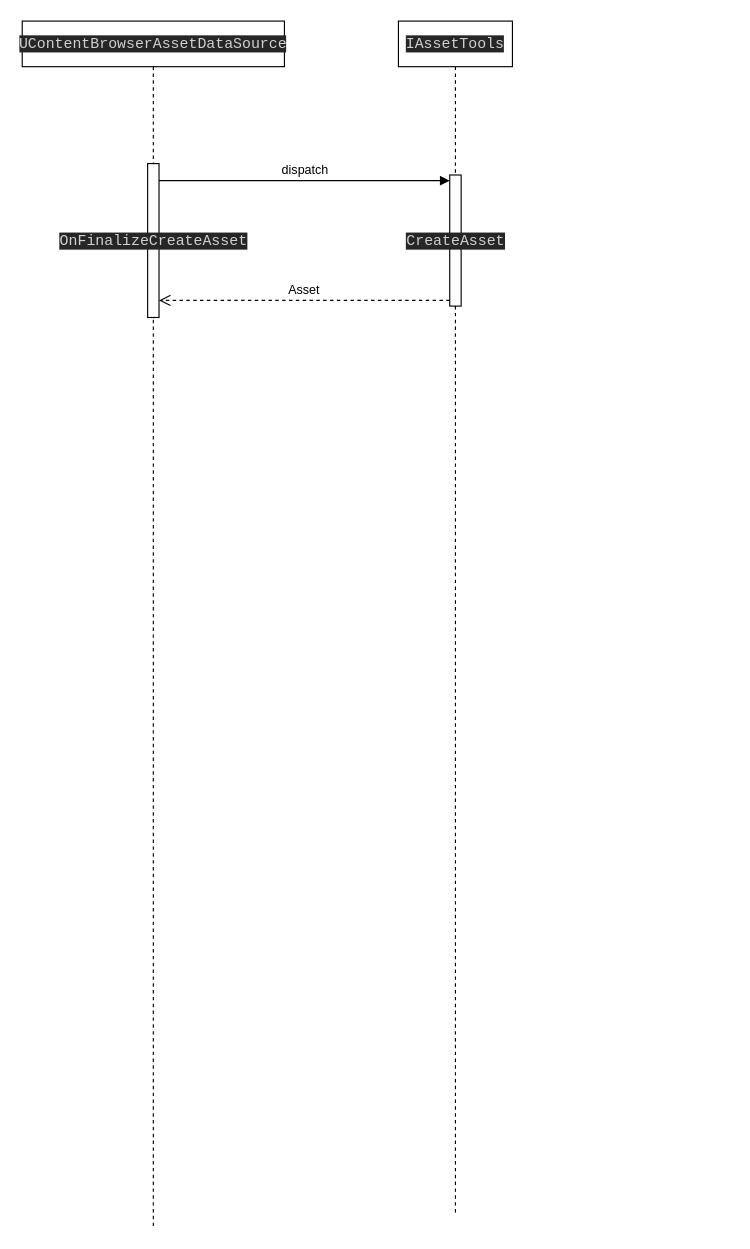
The draw.io diagram page "创建object时的加载资源" (4 of 4) of pak的结构以及mount操作.drawio in ling-shixi/meta, before the edit. Source tidied: cells renumbered, new cells numbered last; positions are measured from the earlier drawing's top-left corner, leaving out a move shared by most shapes. Both pictures are drawn from the tidied source at 114%, with x=0, y=0 at pixel (22, 21).
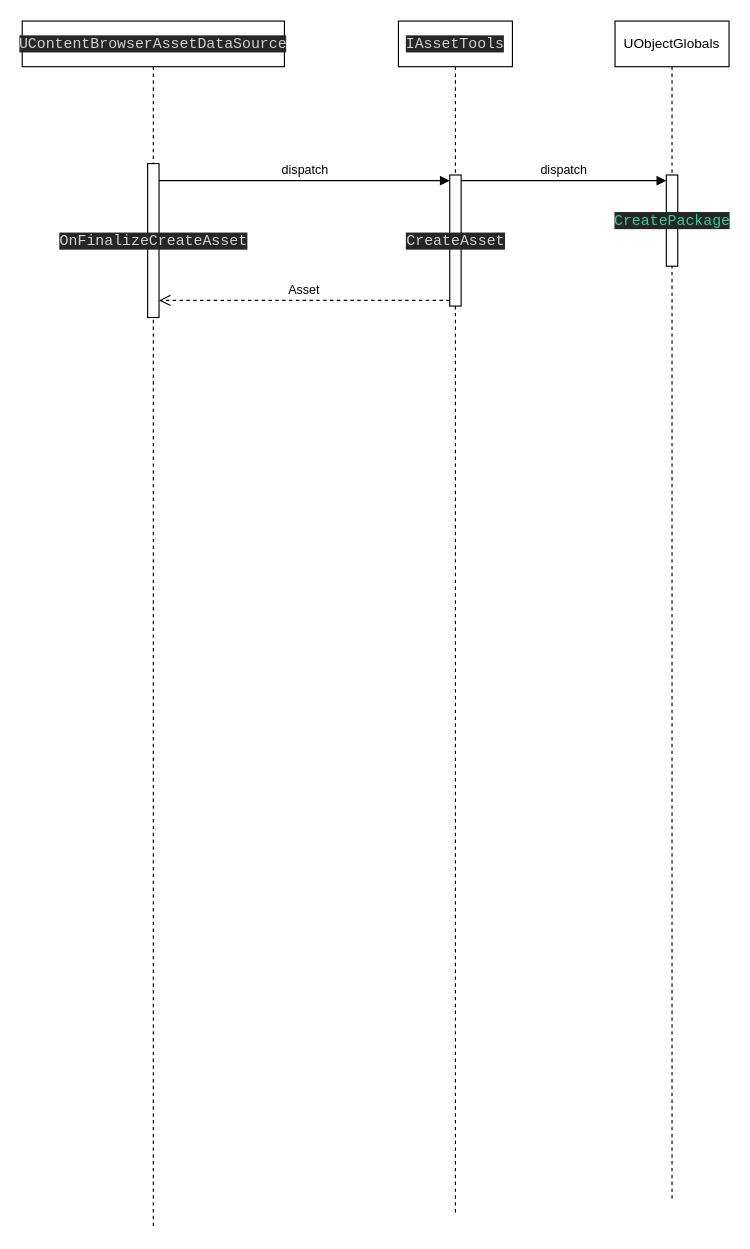
After the change.

Commit message (it also covers changes not shown here):
Update pak的结构以及mount操作.drawio

Diff of the diagram source:
```diff
@@
 <mxGraphModel>
   <root>
     <mxCell id="0" />
     <mxCell id="1" parent="0" />
     <mxCell id="2" value="&lt;div style=&quot;background-color:#262626;color:#d0d0d0&quot;&gt;&lt;pre style=&quot;font-family:'JetBrains Mono',monospace;font-size:9.8pt;&quot;&gt;UContentBrowserAssetDataSource&lt;/pre&gt;&lt;/div&gt;" style="shape=umlLifeline;perimeter=lifelinePerimeter;whiteSpace=wrap;html=1;newEdgeStyle={&quot;curved&quot;:0,&quot;rounded&quot;:0};" parent="1" vertex="1">
       <mxGeometry width="230" height="1060" as="geometry" />
     </mxCell>
     <mxCell id="3" value="&lt;div style=&quot;background-color:#262626;color:#d0d0d0&quot;&gt;&lt;pre style=&quot;font-family:'JetBrains Mono',monospace;font-size:9.8pt;&quot;&gt;OnFinalizeCreateAsset&lt;/pre&gt;&lt;/div&gt;" style="html=1;points=[[0,0,0,0,5],[0,1,0,0,-5],[1,0,0,0,5],[1,1,0,0,-5]];perimeter=orthogonalPerimeter;outlineConnect=0;targetShapes=umlLifeline;portConstraint=eastwest;newEdgeStyle={&quot;curved&quot;:0,&quot;rounded&quot;:0};" parent="2" vertex="1">
       <mxGeometry x="110" y="125" width="10" height="135" as="geometry" />
     </mxCell>
     <mxCell id="4" value="&lt;div style=&quot;background-color:#262626;color:#d0d0d0&quot;&gt;&lt;pre style=&quot;font-family:'JetBrains Mono',monospace;font-size:9.8pt;&quot;&gt;IAssetTools&lt;/pre&gt;&lt;/div&gt;" style="shape=umlLifeline;perimeter=lifelinePerimeter;whiteSpace=wrap;html=1;newEdgeStyle={&quot;curved&quot;:0,&quot;rounded&quot;:0};" parent="1" vertex="1">
       <mxGeometry x="330" width="100" height="1045" as="geometry" />
     </mxCell>
     <mxCell id="5" value="&lt;div style=&quot;background-color:#262626;color:#d0d0d0&quot;&gt;&lt;pre style=&quot;font-family:'JetBrains Mono',monospace;font-size:9.8pt;&quot;&gt;CreateAsset&lt;/pre&gt;&lt;/div&gt;" style="html=1;points=[[0,0,0,0,5],[0,1,0,0,-5],[1,0,0,0,5],[1,1,0,0,-5]];perimeter=orthogonalPerimeter;outlineConnect=0;targetShapes=umlLifeline;portConstraint=eastwest;newEdgeStyle={&quot;curved&quot;:0,&quot;rounded&quot;:0};" parent="4" vertex="1">
       <mxGeometry x="45" y="135" width="10" height="115" as="geometry" />
     </mxCell>
     <mxCell id="6" value="dispatch" style="html=1;verticalAlign=bottom;endArrow=block;curved=0;rounded=0;entryX=0;entryY=0;entryDx=0;entryDy=5;" parent="1" edge="1" source="3" target="5">
       <mxGeometry relative="1" as="geometry" />
     </mxCell>
     <mxCell id="7" value="Asset" style="html=1;verticalAlign=bottom;endArrow=open;dashed=1;endSize=8;curved=0;rounded=0;exitX=0;exitY=1;exitDx=0;exitDy=-5;" parent="1" edge="1" source="5" target="3">
       <mxGeometry relative="1" as="geometry" />
     </mxCell>
+    <mxCell id="8" value="UObjectGlobals" style="shape=umlLifeline;perimeter=lifelinePerimeter;whiteSpace=wrap;html=1;newEdgeStyle={&quot;curved&quot;:0,&quot;rounded&quot;:0};" parent="1" vertex="1">
+      <mxGeometry x="520" width="100" height="1035" as="geometry" />
+    </mxCell>
+    <mxCell id="9" value="&lt;div style=&quot;background-color:#262626;color:#d0d0d0&quot;&gt;&lt;pre style=&quot;font-family:'JetBrains Mono',monospace;font-size:9.8pt;&quot;&gt;&lt;span style=&quot;color:#39cc9b;&quot;&gt;CreatePackage&lt;/span&gt;&lt;/pre&gt;&lt;/div&gt;" style="html=1;points=[[0,0,0,0,5],[0,1,0,0,-5],[1,0,0,0,5],[1,1,0,0,-5]];perimeter=orthogonalPerimeter;outlineConnect=0;targetShapes=umlLifeline;portConstraint=eastwest;newEdgeStyle={&quot;curved&quot;:0,&quot;rounded&quot;:0};" parent="8" vertex="1">
+      <mxGeometry x="45" y="135" width="10" height="80" as="geometry" />
+    </mxCell>
+    <mxCell id="10" value="dispatch" style="html=1;verticalAlign=bottom;endArrow=block;curved=0;rounded=0;entryX=0;entryY=0;entryDx=0;entryDy=5;exitX=1;exitY=0;exitDx=0;exitDy=5;exitPerimeter=0;" parent="1" edge="1" source="5" target="9">
+      <mxGeometry relative="1" as="geometry" />
+    </mxCell>
   </root>
 </mxGraphModel>
```
